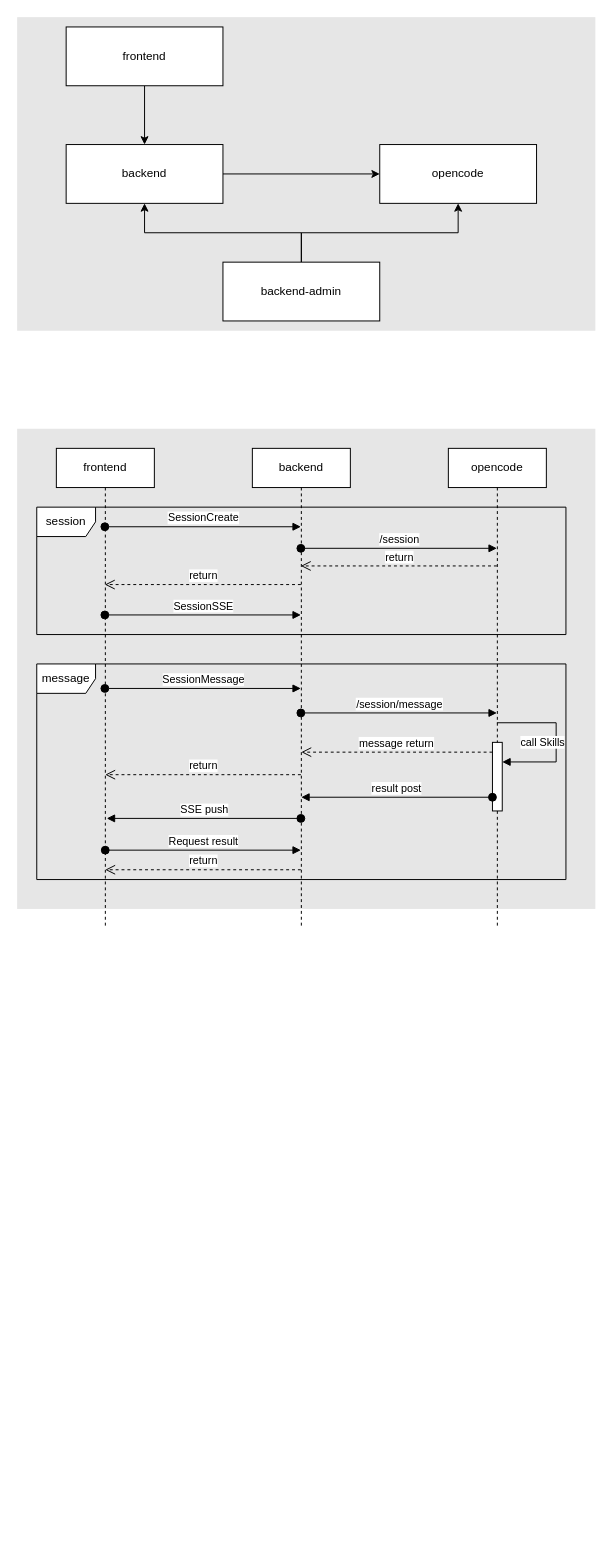
Earlier version of the draw.io diagram page "structure" (1 of 2) of Diagram.drawio (codejie/g1). Source tidied: cells renumbered, new cells numbered last; positions are measured from the earlier drawing's top-left corner, leaving out a move shared by most shapes. Both pictures are drawn from the tidied source at 98%, with x=0, y=0 at pixel (17, 17).
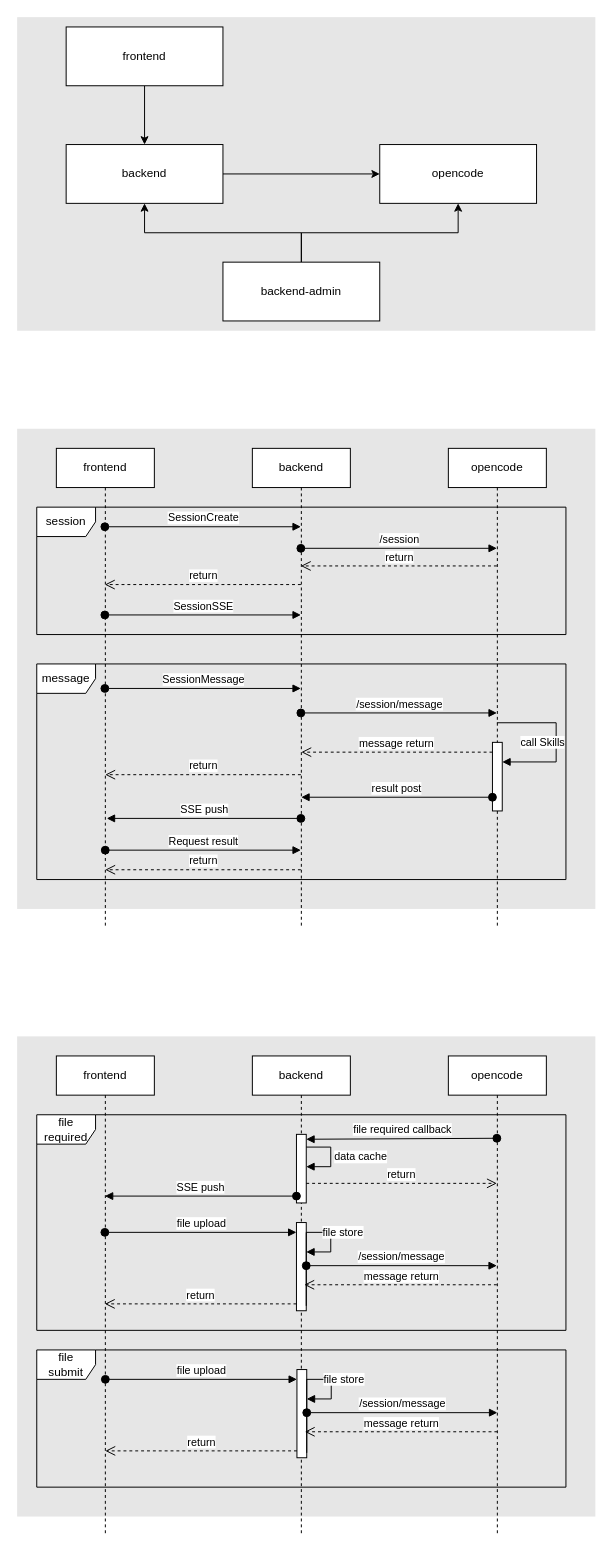
The same page after the edit.

Change to the diagram source:
```diff
@@
+    <mxCell id="32" style="rounded=0;whiteSpace=wrap;html=1;strokeColor=none;fillColor=#E6E6E6;" parent="1" vertex="1">
+      <mxGeometry y="1040" width="590" height="490" as="geometry" />
+    </mxCell>
+    <mxCell id="33" value="frontend" style="shape=umlLifeline;perimeter=lifelinePerimeter;whiteSpace=wrap;html=1;newEdgeStyle={&quot;curved&quot;:0,&quot;rounded&quot;:0};" parent="1" vertex="1">
+      <mxGeometry x="40" y="1060" width="100" height="490" as="geometry" />
+    </mxCell>
+    <mxCell id="34" value="backend" style="shape=umlLifeline;perimeter=lifelinePerimeter;whiteSpace=wrap;html=1;newEdgeStyle={&quot;curved&quot;:0,&quot;rounded&quot;:0};" parent="1" vertex="1">
+      <mxGeometry x="240" y="1060" width="100" height="490" as="geometry" />
+    </mxCell>
+    <mxCell id="35" style="html=1;points=[[0,0,0,0,5],[0,1,0,0,-5],[1,0,0,0,5],[1,1,0,0,-5]];perimeter=orthogonalPerimeter;outlineConnect=0;targetShapes=umlLifeline;portConstraint=eastwest;newEdgeStyle={&quot;curved&quot;:0,&quot;rounded&quot;:0};" parent="34" vertex="1">
+      <mxGeometry x="45" y="170" width="10" height="90" as="geometry" />
+    </mxCell>
+    <mxCell id="36" value="file store" style="html=1;align=left;spacingLeft=2;endArrow=block;rounded=0;edgeStyle=orthogonalEdgeStyle;curved=0;rounded=0;exitX=1;exitY=1;exitDx=0;exitDy=-5;exitPerimeter=0;" parent="34" edge="1" source="35" target="35">
+      <mxGeometry x="0.22" relative="1" as="geometry">
+        <Array as="points">
+          <mxPoint x="55" y="180" />
+          <mxPoint x="80" y="180" />
+          <mxPoint x="80" y="200" />
+        </Array>
+      </mxGeometry>
+    </mxCell>
+    <mxCell id="37" style="html=1;points=[[0,0,0,0,5],[0,1,0,0,-5],[1,0,0,0,5],[1,1,0,0,-5]];perimeter=orthogonalPerimeter;outlineConnect=0;targetShapes=umlLifeline;portConstraint=eastwest;newEdgeStyle={&quot;curved&quot;:0,&quot;rounded&quot;:0};" parent="34" vertex="1">
+      <mxGeometry x="45.5" y="320" width="10" height="90" as="geometry" />
+    </mxCell>
+    <mxCell id="38" value="file store" style="html=1;align=left;spacingLeft=2;endArrow=block;rounded=0;edgeStyle=orthogonalEdgeStyle;curved=0;rounded=0;exitX=1;exitY=1;exitDx=0;exitDy=-5;exitPerimeter=0;" parent="34" edge="1" source="37" target="37">
+      <mxGeometry x="0.22" relative="1" as="geometry">
+        <Array as="points">
+          <mxPoint x="55.5" y="330" />
+          <mxPoint x="80.5" y="330" />
+          <mxPoint x="80.5" y="350" />
+        </Array>
+      </mxGeometry>
+    </mxCell>
+    <mxCell id="39" value="file upload" style="html=1;verticalAlign=bottom;startArrow=oval;startFill=1;endArrow=block;startSize=8;curved=0;rounded=0;" parent="34" edge="1">
+      <mxGeometry relative="1" as="geometry">
+        <mxPoint x="-150" y="330" as="sourcePoint" />
+        <mxPoint x="45.5" y="330" as="targetPoint" />
+      </mxGeometry>
+    </mxCell>
+    <mxCell id="40" value="/session/message" style="html=1;verticalAlign=bottom;startArrow=oval;startFill=1;endArrow=block;startSize=8;curved=0;rounded=0;" parent="34" edge="1">
+      <mxGeometry relative="1" as="geometry">
+        <mxPoint x="55.5" y="364" as="sourcePoint" />
+        <mxPoint x="250" y="364" as="targetPoint" />
+      </mxGeometry>
+    </mxCell>
+    <mxCell id="41" value="message return" style="html=1;verticalAlign=bottom;endArrow=open;dashed=1;endSize=8;curved=0;rounded=0;entryX=0.8;entryY=0.793;entryDx=0;entryDy=0;entryPerimeter=0;" parent="34" edge="1">
+      <mxGeometry relative="1" as="geometry">
+        <mxPoint x="250" y="383.5" as="sourcePoint" />
+        <mxPoint x="53.5" y="383.5" as="targetPoint" />
+      </mxGeometry>
+    </mxCell>
+    <mxCell id="42" value="return" style="html=1;verticalAlign=bottom;endArrow=open;dashed=1;endSize=8;curved=0;rounded=0;" parent="34" edge="1">
+      <mxGeometry relative="1" as="geometry">
+        <mxPoint x="45.5" y="403" as="sourcePoint" />
+        <mxPoint x="-150" y="403" as="targetPoint" />
+      </mxGeometry>
+    </mxCell>
+    <mxCell id="43" value="opencode" style="shape=umlLifeline;perimeter=lifelinePerimeter;whiteSpace=wrap;html=1;newEdgeStyle={&quot;curved&quot;:0,&quot;rounded&quot;:0};" parent="1" vertex="1">
+      <mxGeometry x="440" y="1060" width="100" height="490" as="geometry" />
+    </mxCell>
+    <mxCell id="44" value="file required" style="shape=umlFrame;whiteSpace=wrap;html=1;" parent="1" vertex="1">
+      <mxGeometry x="20" y="1120" width="540" height="220" as="geometry" />
+    </mxCell>
+    <mxCell id="45" value="file&lt;div&gt;submit&lt;/div&gt;" style="shape=umlFrame;whiteSpace=wrap;html=1;" parent="1" vertex="1">
+      <mxGeometry x="20" y="1360" width="540" height="140" as="geometry" />
+    </mxCell>
+    <mxCell id="46" value="file required callback" style="html=1;verticalAlign=bottom;startArrow=oval;startFill=1;endArrow=block;startSize=8;curved=0;rounded=0;entryX=1;entryY=0;entryDx=0;entryDy=5;entryPerimeter=0;" parent="1" edge="1" target="47">
+      <mxGeometry relative="1" as="geometry">
+        <mxPoint x="489.5" y="1144" as="sourcePoint" />
+      </mxGeometry>
+    </mxCell>
+    <mxCell id="47" style="html=1;points=[[0,0,0,0,5],[0,1,0,0,-5],[1,0,0,0,5],[1,1,0,0,-5]];perimeter=orthogonalPerimeter;outlineConnect=0;targetShapes=umlLifeline;portConstraint=eastwest;newEdgeStyle={&quot;curved&quot;:0,&quot;rounded&quot;:0};" parent="1" vertex="1">
+      <mxGeometry x="285" y="1140" width="10" height="70" as="geometry" />
+    </mxCell>
+    <mxCell id="48" value="data cache" style="html=1;align=left;spacingLeft=2;endArrow=block;rounded=0;edgeStyle=orthogonalEdgeStyle;curved=0;rounded=0;" parent="1" edge="1">
+      <mxGeometry relative="1" as="geometry">
+        <mxPoint x="295" y="1153" as="sourcePoint" />
+        <mxPoint x="295" y="1173" as="targetPoint" />
+        <Array as="points">
+          <mxPoint x="320" y="1153" />
+          <mxPoint x="320" y="1173" />
+        </Array>
+      </mxGeometry>
+    </mxCell>
+    <mxCell id="49" value="return" style="html=1;verticalAlign=bottom;endArrow=open;dashed=1;endSize=8;curved=0;rounded=0;exitX=1;exitY=1;exitDx=0;exitDy=-5;exitPerimeter=0;" parent="1" edge="1">
+      <mxGeometry relative="1" as="geometry">
+        <mxPoint x="295" y="1190" as="sourcePoint" />
+        <mxPoint x="489.5" y="1190" as="targetPoint" />
+      </mxGeometry>
+    </mxCell>
+    <mxCell id="50" value="SSE push" style="html=1;verticalAlign=bottom;startArrow=oval;startFill=1;endArrow=block;startSize=8;curved=0;rounded=0;" parent="1" edge="1">
+      <mxGeometry relative="1" as="geometry">
+        <mxPoint x="285" y="1203" as="sourcePoint" />
+        <mxPoint x="89.5" y="1203" as="targetPoint" />
+      </mxGeometry>
+    </mxCell>
+    <mxCell id="51" value="file upload" style="html=1;verticalAlign=bottom;startArrow=oval;startFill=1;endArrow=block;startSize=8;curved=0;rounded=0;" parent="1" edge="1">
+      <mxGeometry relative="1" as="geometry">
+        <mxPoint x="89.5" y="1240" as="sourcePoint" />
+        <mxPoint x="285" y="1240" as="targetPoint" />
+      </mxGeometry>
+    </mxCell>
+    <mxCell id="52" value="/session/message" style="html=1;verticalAlign=bottom;startArrow=oval;startFill=1;endArrow=block;startSize=8;curved=0;rounded=0;" parent="1" edge="1">
+      <mxGeometry relative="1" as="geometry">
+        <mxPoint x="295" y="1274" as="sourcePoint" />
+        <mxPoint x="489.5" y="1274" as="targetPoint" />
+      </mxGeometry>
+    </mxCell>
+    <mxCell id="53" value="message return" style="html=1;verticalAlign=bottom;endArrow=open;dashed=1;endSize=8;curved=0;rounded=0;entryX=0.8;entryY=0.793;entryDx=0;entryDy=0;entryPerimeter=0;" parent="1" edge="1">
+      <mxGeometry relative="1" as="geometry">
+        <mxPoint x="489.5" y="1293.5" as="sourcePoint" />
+        <mxPoint x="293" y="1293.5" as="targetPoint" />
+      </mxGeometry>
+    </mxCell>
+    <mxCell id="54" value="return" style="html=1;verticalAlign=bottom;endArrow=open;dashed=1;endSize=8;curved=0;rounded=0;" parent="1" edge="1">
+      <mxGeometry relative="1" as="geometry">
+        <mxPoint x="285" y="1313" as="sourcePoint" />
+        <mxPoint x="89.5" y="1313" as="targetPoint" />
+      </mxGeometry>
+    </mxCell>
```
